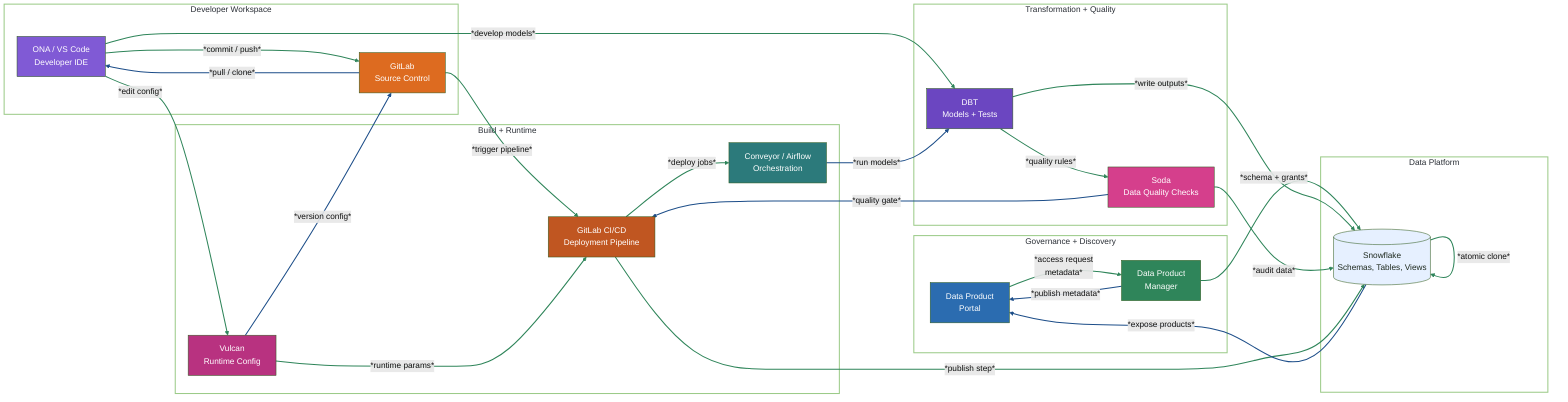
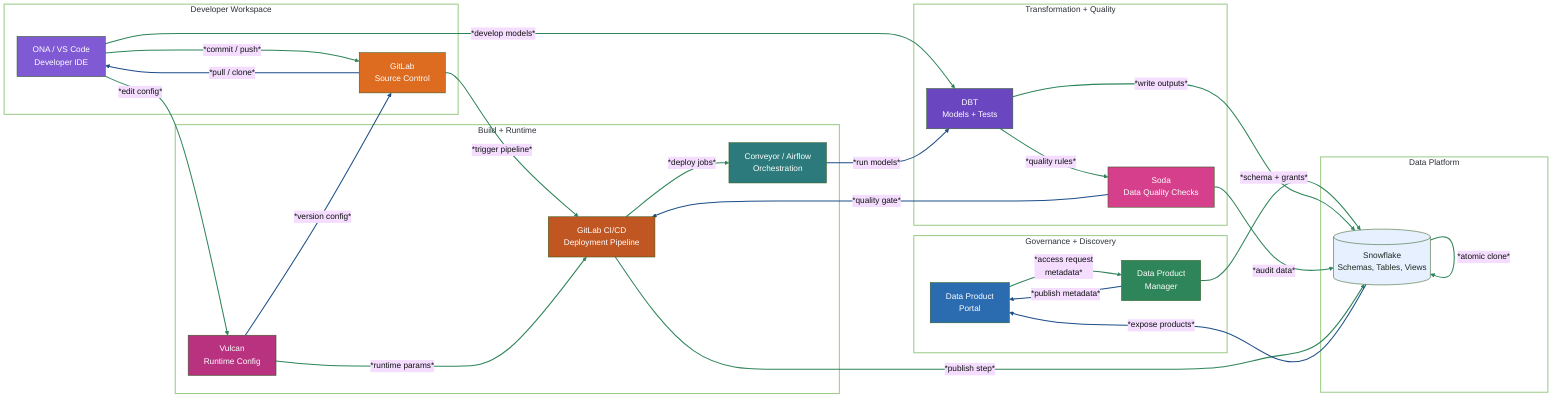
+ %%{init: {"theme": "base"}}%%
+ %% SOURCE OF TRUTH: cadp-process.yaml (in this folder)
+ %% This diagram visualises the tooling architecture; step-level process detail lives in the YAML.
+ %% Update the YAML first; reflect any tooling changes here.
flowchart LR
  %% =========================================================
  %% LAYERS
  %% =========================================================

  subgraph GOV["Governance + Discovery"]
    PORTAL["Data Product<br/>Portal"]
    DPM["Data Product<br/>Manager"]
  end

  subgraph DEV["Developer Workspace"]
    IDE["ONA / VS Code<br/>Developer IDE"]
    GL["GitLab<br/>Source Control"]
  end

  subgraph BUILD["Build + Runtime"]
    VUL["Vulcan<br/>Runtime Config"]
    CICD["GitLab CI/CD<br/>Deployment Pipeline"]
    CON["Conveyor / Airflow<br/>Orchestration"]
  end

  subgraph TRANS["Transformation + Quality"]
    DBT["DBT<br/>Models + Tests"]
    SODA["Soda<br/>Data Quality Checks"]
  end

  subgraph DATA["Data Platform"]
    SF[("Snowflake<br/>Schemas, Tables, Views")]
  end

  %% =========================================================
  %% MAIN FLOW
  %% =========================================================

  PORTAL -->|"*access request<br/>metadata*"| DPM
  DPM -->|"*schema + grants*"| SF

  IDE -->|"*commit / push*"| GL
  GL -->|"*pull / clone*"| IDE

  IDE -->|"*develop models*"| DBT
  IDE -->|"*edit config*"| VUL
  VUL -->|"*version config*"| GL

  GL -->|"*trigger pipeline*"| CICD
  VUL -->|"*runtime params*"| CICD
  CICD -->|"*deploy jobs*"| CON
  CON -->|"*run models*"| DBT

  DBT -->|"*write outputs*"| SF
  DBT -->|"*quality rules*"| SODA
  SODA -->|"*audit data*"| SF
  SODA -->|"*quality gate*"| CICD
  CICD -->|"*publish step*"| SF

  SF -->|"*expose products*"| PORTAL
  DPM -->|"*publish metadata*"| PORTAL
  SF -->|"*atomic clone*"| SF

  %% =========================================================
  %% STYLES
  %% =========================================================

  classDef frame fill:#FFFFFF,stroke:#9CCB89,stroke-width:2px,color:#2A2F36;
  classDef portal fill:#2B6CB0,stroke:#2C591B,color:#FFFFFF;
  classDef dpm fill:#2F855A,stroke:#2C591B,color:#FFFFFF;
  classDef ide fill:#805AD5,stroke:#2C591B,color:#FFFFFF;
  classDef gitlab fill:#DD6B20,stroke:#2C591B,color:#FFFFFF;
  classDef vulcan fill:#B83280,stroke:#2C591B,color:#FFFFFF;
  classDef cicd fill:#C05621,stroke:#2C591B,color:#FFFFFF;
  classDef conveyor fill:#2C7A7B,stroke:#2C591B,color:#FFFFFF;
  classDef dbt fill:#6B46C1,stroke:#2C591B,color:#FFFFFF;
  classDef soda fill:#D53F8C,stroke:#2C591B,color:#FFFFFF;
  classDef snowflake fill:#E6F0FF,stroke:#2C591B,color:#1F2A1F;

  class GOV,DEV,BUILD,TRANS,DATA frame;
  class PORTAL portal;
  class DPM dpm;
  class IDE ide;
  class GL gitlab;
  class VUL vulcan;
  class CICD cicd;
  class CON conveyor;
  class DBT dbt;
  class SODA soda;
  class SF snowflake;

  %% Forward integration links
  linkStyle 0 stroke:#2F855A,color:#111111,stroke-width:2px;
  linkStyle 1 stroke:#2F855A,color:#111111,stroke-width:2px;
  linkStyle 2 stroke:#2F855A,color:#111111,stroke-width:2px;
  linkStyle 4 stroke:#2F855A,color:#111111,stroke-width:2px;
  linkStyle 5 stroke:#2F855A,color:#111111,stroke-width:2px;
  linkStyle 7 stroke:#2F855A,color:#111111,stroke-width:2px;
  linkStyle 8 stroke:#2F855A,color:#111111,stroke-width:2px;
  linkStyle 9 stroke:#2F855A,color:#111111,stroke-width:2px;
  linkStyle 11 stroke:#2F855A,color:#111111,stroke-width:2px;
  linkStyle 12 stroke:#2F855A,color:#111111,stroke-width:2px;
  linkStyle 13 stroke:#2F855A,color:#111111,stroke-width:2px;
  linkStyle 15 stroke:#2F855A,color:#111111,stroke-width:2px;
  linkStyle 18 stroke:#2F855A,color:#111111,stroke-width:2px;

  %% Backward/feedback links
  linkStyle 3 stroke:#1D4E89,color:#111111,stroke-width:2px;
  linkStyle 6 stroke:#1D4E89,color:#111111,stroke-width:2px;
  linkStyle 10 stroke:#1D4E89,color:#111111,stroke-width:2px;
  linkStyle 14 stroke:#1D4E89,color:#111111,stroke-width:2px;
  linkStyle 16 stroke:#1D4E89,color:#111111,stroke-width:2px;
  linkStyle 17 stroke:#1D4E89,color:#111111,stroke-width:2px;
